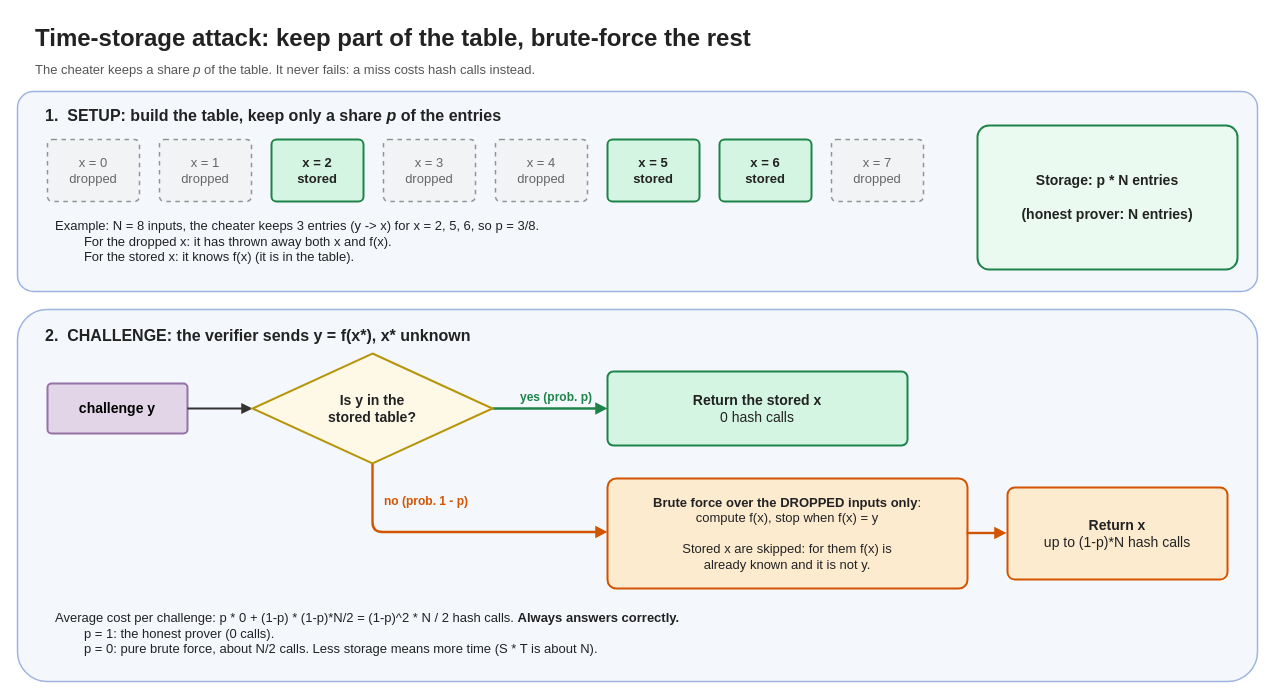
The draw.io diagram Project/Diagramms/TimeStorageAttack.drawio in AngelosKamaris/AAU-1st-Semester-Repo-Group-8, before the edit. Source tidied: cells renumbered, new cells numbered last; positions are measured from the earlier drawing's top-left corner, leaving out a move shared by most shapes. Both pictures are drawn from the tidied source at 100%, with x=0, y=0 at pixel (17, 17).
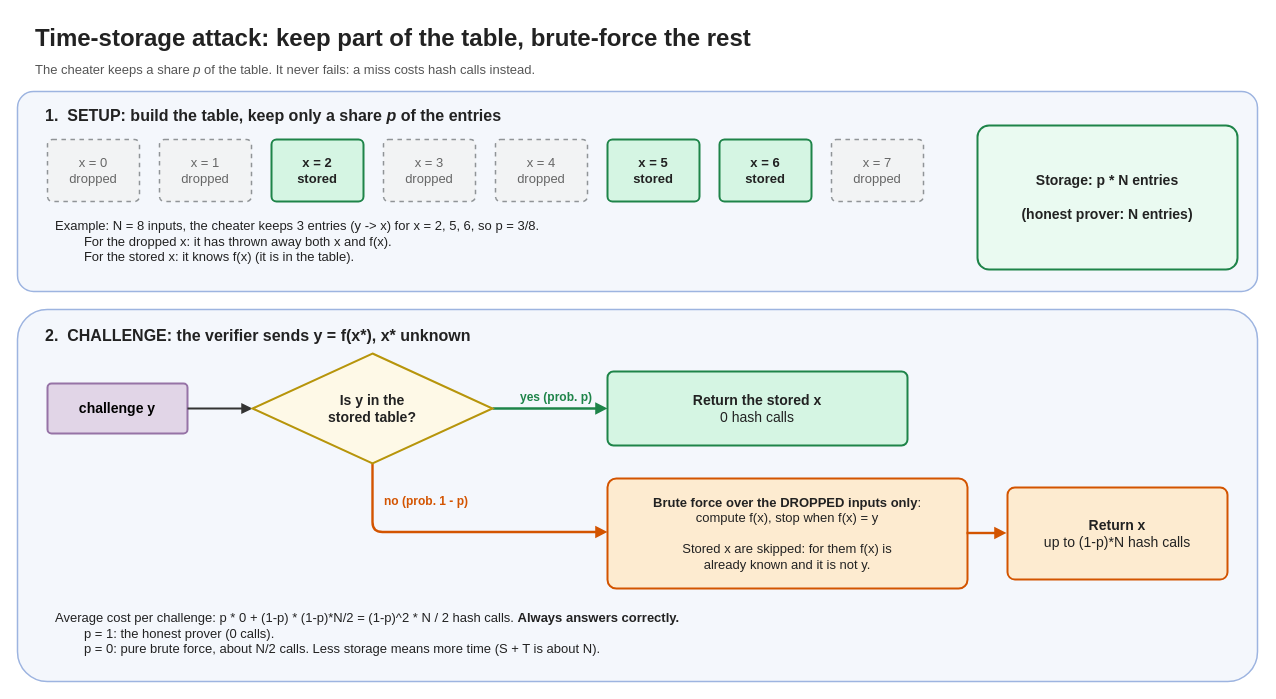
Above is the later version.

Commit message (it also covers changes not shown here):
Corrected Time-storage attack diagram

Change to the diagram source:
```diff
@@
-    <mxCell id="28" value="Average cost per challenge:  p * 0  +  (1-p) * (1-p)*N/2  =  (1-p)^2 * N / 2 hash calls.     &lt;b&gt;Always answers correctly.&lt;/b&gt;&lt;div&gt;&lt;div&gt;&lt;span style=&quot;white-space: pre;&quot;&gt;&#9;&lt;/span&gt;p = 1: the honest prover (0 calls).&amp;nbsp;&lt;/div&gt;&lt;div&gt;&lt;span style=&quot;white-space: pre;&quot;&gt;&#9;&lt;/span&gt;p = 0: pure brute force, about N/2 calls.     Less storage means more time (S * T is about N).&lt;/div&gt;&lt;/div&gt;" style="html=1;whiteSpace=wrap;fontSize=13;fontColor=#222222;align=left;verticalAlign=top;fillColor=none;strokeColor=none;spacingLeft=6;" parent="1" vertex="1">
+    <mxCell id="28" value="Average cost per challenge:  p * 0  +  (1-p) * (1-p)*N/2  =  (1-p)^2 * N / 2 hash calls.     &lt;b&gt;Always answers correctly.&lt;/b&gt;&lt;div&gt;&lt;div&gt;&lt;span style=&quot;white-space: pre;&quot;&gt;&#9;&lt;/span&gt;p = 1: the honest prover (0 calls).&amp;nbsp;&lt;/div&gt;&lt;div&gt;&lt;span style=&quot;white-space: pre;&quot;&gt;&#9;&lt;/span&gt;p = 0: pure brute force, about N/2 calls.     Less storage means more time (S + T is about N).&lt;/div&gt;&lt;/div&gt;" style="html=1;whiteSpace=wrap;fontSize=13;fontColor=#222222;align=left;verticalAlign=top;fillColor=none;strokeColor=none;spacingLeft=6;" parent="1" vertex="1">
       <mxGeometry x="30" y="586" width="1180" height="70" as="geometry" />
     </mxCell>
```
